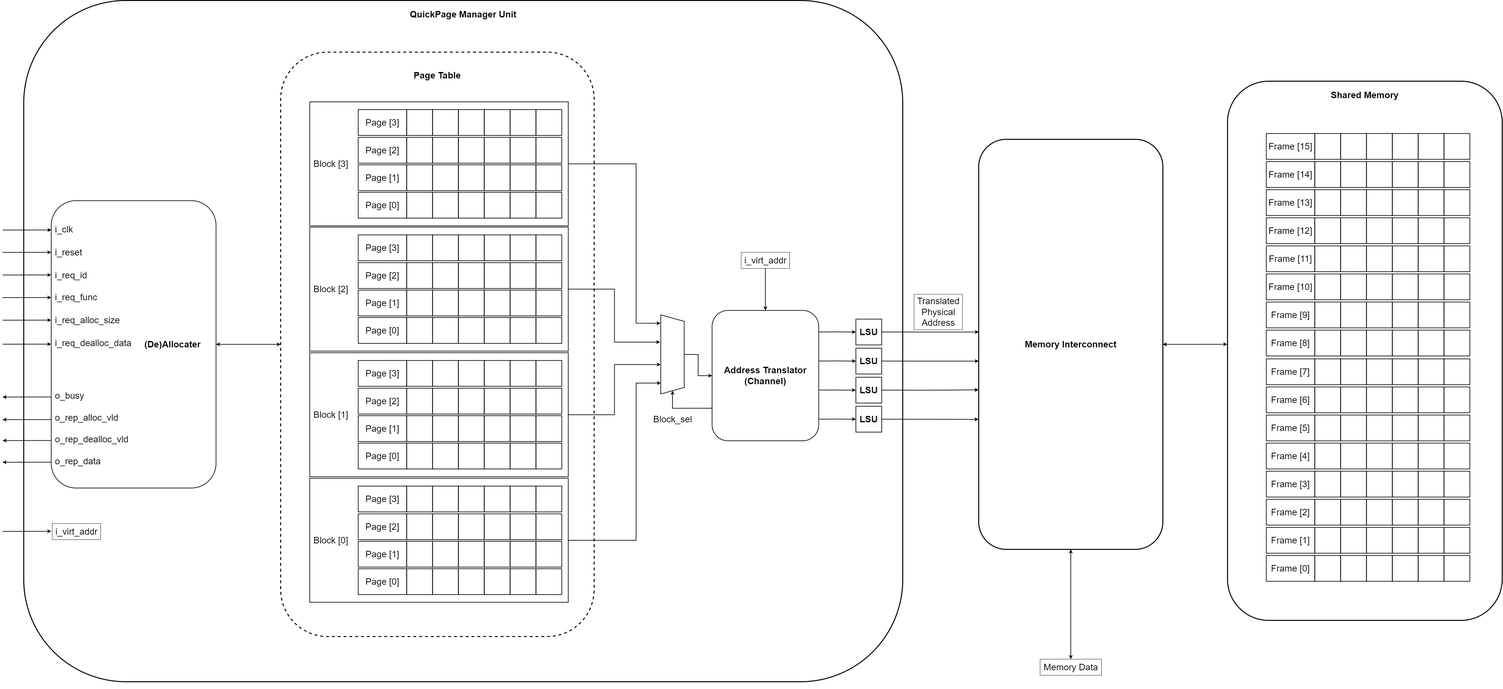
Earlier version of the draw.io export imgs/quick_page_overview.png (rutham5fo/QuickPage). Source tidied: cells renumbered, new cells last; positions are measured from the earlier drawing's top-left corner, leaving out a move shared by most shapes.
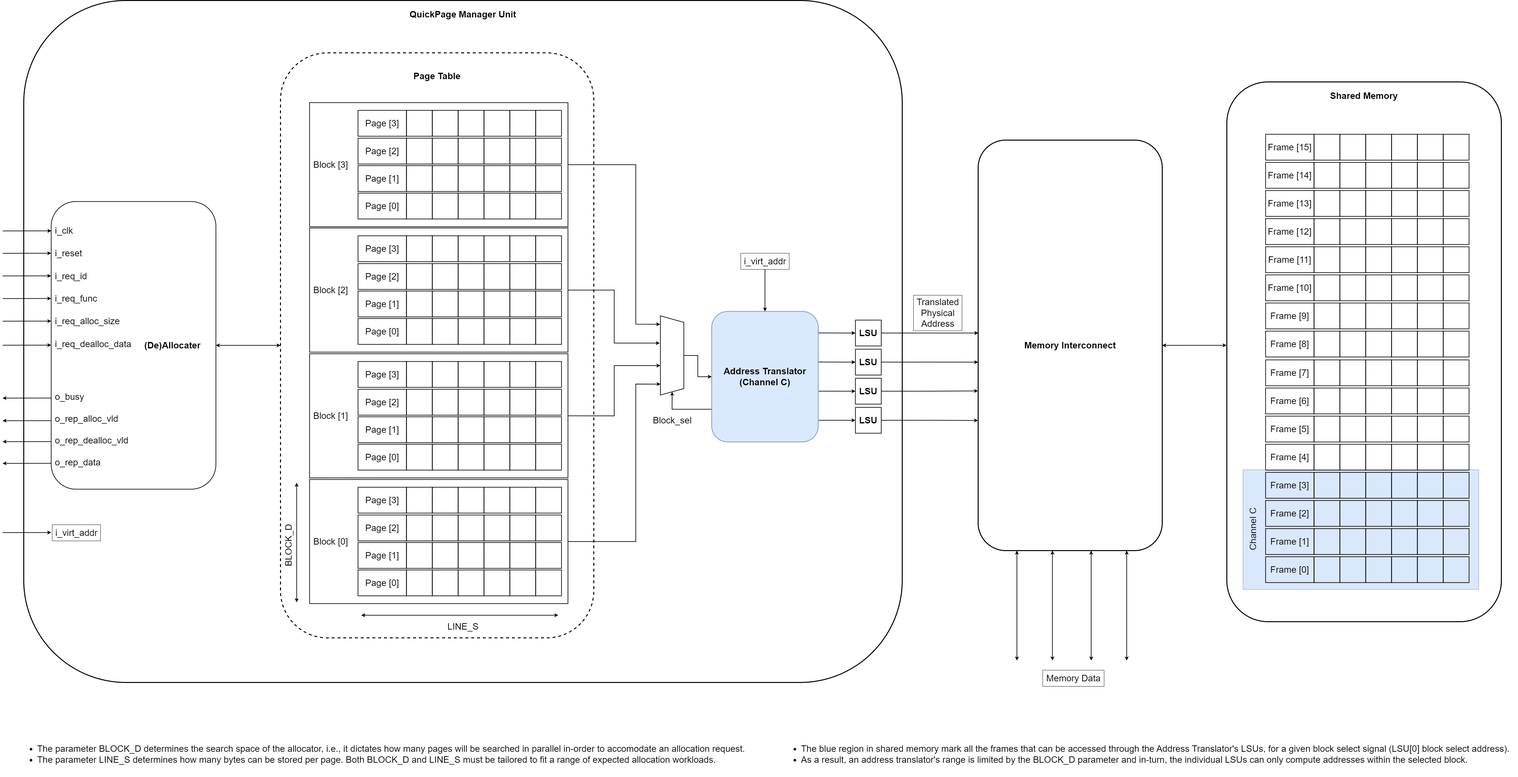
After the commit.

Change to the diagram source:
```diff
@@ -3,7 +3,7 @@
     <mxCell id="0" />
     <mxCell id="1" parent="0" />
     <mxCell id="2" value="&lt;b&gt;QuickPage Manager Unit&lt;/b&gt;" style="rounded=1;whiteSpace=wrap;html=1;strokeColor=default;strokeWidth=3;fontSize=28;fillColor=none;verticalAlign=top;spacingTop=20;" parent="1" vertex="1">
-      <mxGeometry x="66" width="2720" height="2110" as="geometry" />
+      <mxGeometry x="66" y="-2" width="2720" height="2110" as="geometry" />
     </mxCell>
     <mxCell id="3" value="&lt;b&gt;Page Table&lt;/b&gt;" style="rounded=1;whiteSpace=wrap;html=1;strokeColor=default;strokeWidth=3;fontSize=28;fillColor=none;horizontal=1;verticalAlign=top;spacingTop=49;dashed=1;" parent="1" vertex="1">
       <mxGeometry x="861" y="160" width="970" height="1810" as="geometry" />
@@ -513,7 +513,7 @@
     <mxCell id="170" style="edgeStyle=orthogonalEdgeStyle;rounded=0;jettySize=auto;html=1;exitX=1.005;exitY=0.834;exitDx=0;exitDy=0;entryX=0;entryY=0.5;entryDx=0;entryDy=0;strokeWidth=2;fontSize=28;startArrow=none;startFill=0;endArrow=classic;endFill=1;exitPerimeter=0;" parent="1" edge="1" source="171" target="184">
       <mxGeometry relative="1" as="geometry" />
     </mxCell>
-    <mxCell id="171" value="&lt;b&gt;Address Translator&lt;br&gt;(Channel)&lt;/b&gt;" style="rounded=1;whiteSpace=wrap;html=1;strokeColor=default;strokeWidth=2;fontSize=28;fillColor=none;" parent="1" vertex="1">
+    <mxCell id="171" value="&lt;b&gt;Address Translator&lt;br&gt;(Channel C)&lt;/b&gt;" style="rounded=1;whiteSpace=wrap;html=1;strokeColor=#6c8ebf;strokeWidth=2;fontSize=28;fillColor=#dae8fc;" parent="1" vertex="1">
       <mxGeometry x="2196" y="960" width="330" height="403.8" as="geometry" />
     </mxCell>
     <mxCell id="172" style="edgeStyle=orthogonalEdgeStyle;rounded=0;jettySize=auto;html=1;exitX=0.5;exitY=0;exitDx=0;exitDy=0;entryX=0;entryY=0.5;entryDx=0;entryDy=0;strokeWidth=2;fontSize=28;startArrow=none;startFill=0;endArrow=classic;endFill=1;" parent="1" edge="1" source="173" target="171">
@@ -571,11 +571,6 @@
     <mxCell id="186" style="edgeStyle=orthogonalEdgeStyle;rounded=0;jettySize=auto;html=1;exitX=1;exitY=0.5;exitDx=0;exitDy=0;entryX=-0.001;entryY=0.488;entryDx=0;entryDy=0;entryPerimeter=0;strokeWidth=2;fontSize=28;startArrow=classic;startFill=1;endArrow=classic;endFill=1;" parent="1" edge="1" source="188" target="261">
       <mxGeometry relative="1" as="geometry" />
     </mxCell>
-    <mxCell id="187" style="edgeStyle=orthogonalEdgeStyle;rounded=0;jettySize=auto;html=1;exitX=0.5;exitY=1;exitDx=0;exitDy=0;strokeWidth=2;fontSize=28;startArrow=classic;startFill=1;endArrow=classic;endFill=1;" parent="1" edge="1" source="188">
-      <mxGeometry relative="1" as="geometry">
-        <mxPoint x="3306" y="2040" as="targetPoint" />
-      </mxGeometry>
-    </mxCell>
     <mxCell id="188" value="&lt;b&gt;Memory Interconnect&lt;/b&gt;" style="rounded=1;whiteSpace=wrap;html=1;strokeColor=default;strokeWidth=3;fontSize=28;fillColor=none;" parent="1" vertex="1">
       <mxGeometry x="3021" y="430" width="570" height="1270" as="geometry" />
     </mxCell>
@@ -798,6 +793,9 @@
     <mxCell id="261" value="&lt;b&gt;Shared Memory&lt;/b&gt;" style="rounded=1;whiteSpace=wrap;html=1;strokeColor=default;strokeWidth=3;fontSize=28;fillColor=none;verticalAlign=top;spacingTop=20;" parent="253" vertex="1">
       <mxGeometry x="-120" y="-860" width="850" height="1670" as="geometry" />
     </mxCell>
+    <mxCell id="335" value="&lt;font style=&quot;font-size: 28px;&quot;&gt;Channel C&lt;/font&gt;" style="rounded=0;whiteSpace=wrap;html=1;fillColor=#dae8fc;strokeColor=#6c8ebf;align=center;horizontal=0;verticalAlign=top;spacingTop=8;spacingLeft=4;" parent="253" vertex="1">
+      <mxGeometry x="-70" y="340" width="730" height="370" as="geometry" />
+    </mxCell>
     <mxCell id="262" style="group;" parent="189" vertex="1">
       <mxGeometry y="785" width="630" height="80" as="geometry" />
     </mxCell>
@@ -1040,7 +1038,7 @@
       </mxGeometry>
     </mxCell>
     <mxCell id="332" value="Memory Data" style="text;html=1;align=center;verticalAlign=middle;strokeColor=default;fillColor=none;fontSize=28;" parent="1" vertex="1">
-      <mxGeometry x="3211" y="2040" width="190" height="50" as="geometry" />
+      <mxGeometry x="3221" y="2070" width="190" height="50" as="geometry" />
     </mxCell>
     <mxCell id="333" value="i_virt_addr" style="text;html=1;align=center;verticalAlign=middle;strokeColor=default;fillColor=none;fontSize=28;" parent="1" vertex="1">
       <mxGeometry x="154" y="1620" width="150" height="50" as="geometry" />
@@ -1051,5 +1049,53 @@
         <mxPoint x="151" y="1644.1" as="targetPoint" />
       </mxGeometry>
     </mxCell>
+    <mxCell id="336" style="edgeStyle=orthogonalEdgeStyle;rounded=0;orthogonalLoop=1;jettySize=auto;html=1;exitX=0.5;exitY=1;exitDx=0;exitDy=0;strokeWidth=2;fontSize=28;startArrow=classic;startFill=1;endArrow=classic;endFill=1;" parent="1" edge="1">
+      <mxGeometry relative="1" as="geometry">
+        <mxPoint x="3141" y="1700" as="sourcePoint" />
+        <mxPoint x="3141" y="2040" as="targetPoint" />
+      </mxGeometry>
+    </mxCell>
+    <mxCell id="337" style="edgeStyle=orthogonalEdgeStyle;rounded=0;orthogonalLoop=1;jettySize=auto;html=1;exitX=0.5;exitY=1;exitDx=0;exitDy=0;strokeWidth=2;fontSize=28;startArrow=classic;startFill=1;endArrow=classic;endFill=1;" parent="1" edge="1">
+      <mxGeometry relative="1" as="geometry">
+        <mxPoint x="3251" y="1700" as="sourcePoint" />
+        <mxPoint x="3251" y="2040" as="targetPoint" />
+      </mxGeometry>
+    </mxCell>
+    <mxCell id="338" style="edgeStyle=orthogonalEdgeStyle;rounded=0;orthogonalLoop=1;jettySize=auto;html=1;exitX=0.5;exitY=1;exitDx=0;exitDy=0;strokeWidth=2;fontSize=28;startArrow=classic;startFill=1;endArrow=classic;endFill=1;" parent="1" edge="1">
+      <mxGeometry relative="1" as="geometry">
+        <mxPoint x="3371" y="1700" as="sourcePoint" />
+        <mxPoint x="3371" y="2040" as="targetPoint" />
+      </mxGeometry>
+    </mxCell>
+    <mxCell id="339" style="edgeStyle=orthogonalEdgeStyle;rounded=0;orthogonalLoop=1;jettySize=auto;html=1;exitX=0.5;exitY=1;exitDx=0;exitDy=0;strokeWidth=2;fontSize=28;startArrow=classic;startFill=1;endArrow=classic;endFill=1;" parent="1" edge="1">
+      <mxGeometry relative="1" as="geometry">
+        <mxPoint x="3481" y="1700" as="sourcePoint" />
+        <mxPoint x="3481" y="2040" as="targetPoint" />
+      </mxGeometry>
+    </mxCell>
+    <mxCell id="340" value="&lt;ul&gt;&lt;li&gt;The blue region in shared memory mark all the frames that can be accessed through the Address Translator's LSUs, for a given block select signal (LSU[0] block select address).&lt;/li&gt;&lt;li&gt;As a result, an address translator's range is limited by the BLOCK_D parameter and in-turn, the individual LSUs can only compute addresses within the selected block.&lt;/li&gt;&lt;/ul&gt;" style="text;html=1;align=left;verticalAlign=middle;strokeColor=none;fillColor=none;fontSize=28;" parent="1" vertex="1">
+      <mxGeometry x="2431" y="2260" width="2260" height="140" as="geometry" />
+    </mxCell>
+    <mxCell id="341" style="endArrow=classic;startArrow=classic;html=1;rounded=0;fontSize=28;strokeWidth=2;" parent="1" edge="1">
+      <mxGeometry relative="1" as="geometry">
+        <mxPoint x="911" y="1860" as="sourcePoint" />
+        <mxPoint x="911" y="1490" as="targetPoint" />
+      </mxGeometry>
+    </mxCell>
+    <mxCell id="342" value="BLOCK_D" style="text;html=1;align=center;verticalAlign=middle;strokeColor=none;fillColor=none;fontSize=28;horizontal=0;" parent="1" vertex="1">
+      <mxGeometry x="811" y="1659" width="150" height="50" as="geometry" />
+    </mxCell>
+    <mxCell id="343" style="endArrow=classic;startArrow=classic;html=1;rounded=0;strokeWidth=2;fontSize=28;" parent="1" edge="1">
+      <mxGeometry relative="1" as="geometry">
+        <mxPoint x="1111" y="1900" as="sourcePoint" />
+        <mxPoint x="1721" y="1900" as="targetPoint" />
+      </mxGeometry>
+    </mxCell>
+    <mxCell id="344" value="LINE_S" style="text;html=1;align=center;verticalAlign=middle;strokeColor=none;fillColor=none;fontSize=28;" parent="1" vertex="1">
+      <mxGeometry x="1366" y="1910" width="120" height="50" as="geometry" />
+    </mxCell>
+    <mxCell id="345" value="&lt;ul&gt;&lt;li&gt;The parameter BLOCK_D determines the search space of the allocator, i.e., it dictates how many pages will be searched in parallel in-order to accomodate an allocation request.&lt;/li&gt;&lt;li&gt;The parameter LINE_S determines how many bytes can be stored per page. Both BLOCK_D and LINE_S must be tailored to fit a range of expected allocation workloads.&lt;/li&gt;&lt;/ul&gt;" style="text;html=1;align=left;verticalAlign=middle;strokeColor=none;fillColor=none;fontSize=28;" parent="1" vertex="1">
+      <mxGeometry x="66" y="2260" width="2250" height="140" as="geometry" />
+    </mxCell>
   </root>
 </mxGraphModel>
```
